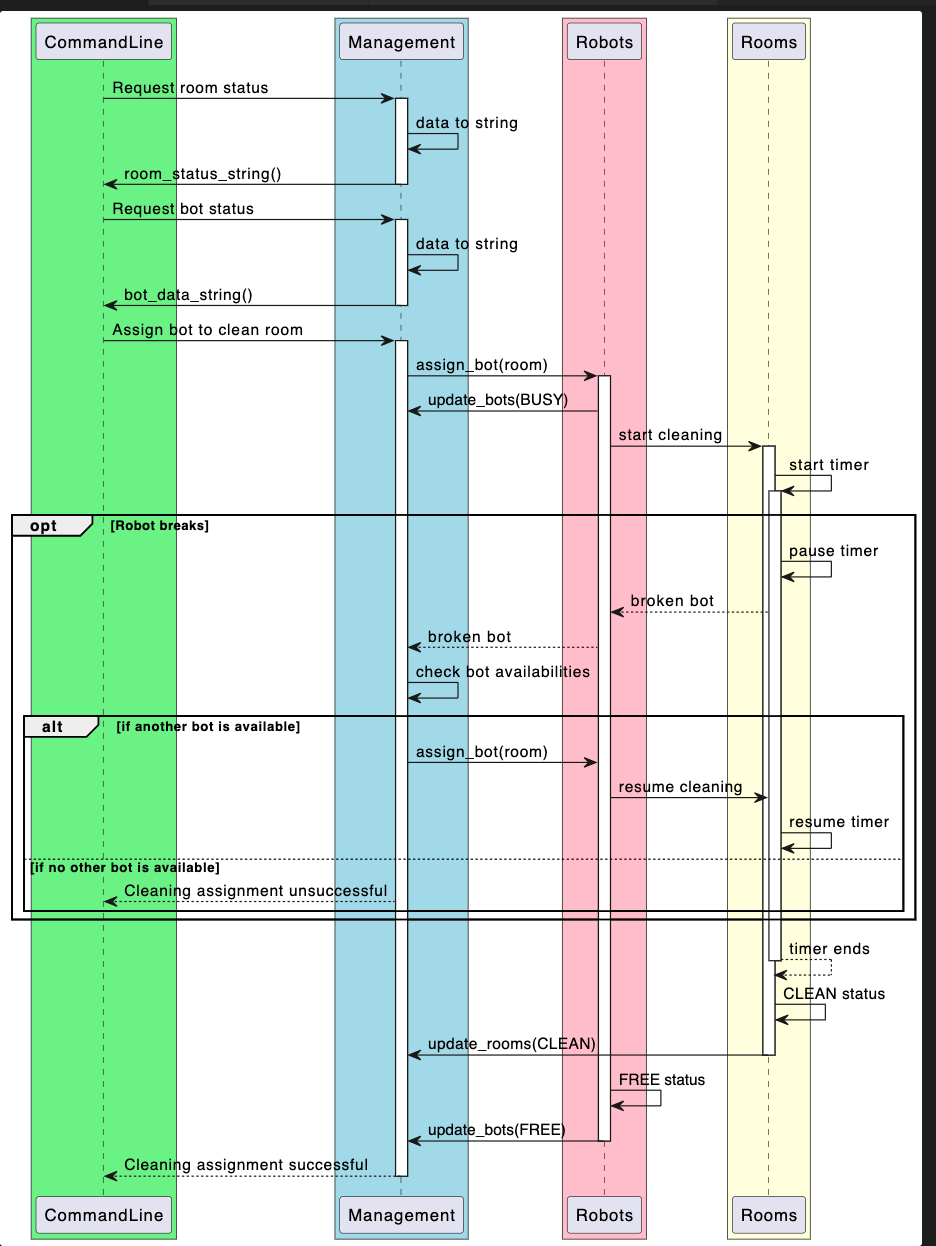
Earlier version of the PlantUML export docs/design/images/cleaning_sequence_diagram.png (ur-cs-courses/course-project-krykna). Its source is kept beside it as docs/design/sequence_diagrams/cleaning_sequence_diagram.puml. Source of this version:
```plantuml
@startuml
!define RECTANGLE class

box #LightGreen
  participant CommandLine as CLI
end box

box #LightBlue
  participant Management as M
end box

box #Pink
  participant Robots as Bot
end box

box #LightYellow
  participant Rooms as R
end box

CLI -> M : Request room status
activate M
M->M: data to string
M -> CLI : room_status_string()
deactivate M

CLI -> M : Request bot status
activate M
M->M: data to string
M -> CLI : bot_data_string()
deactivate M

CLI -> M : Assign bot to clean room
activate M
M -> Bot : assign_bot(room)
activate Bot
Bot -> M : update_bots(BUSY)
Bot -> R : start cleaning
activate R
R -> R: start timer
activate R

opt Robot breaks
  R -> R: pause timer
  R --> Bot: broken bot
  Bot --> M : broken bot
  M -> M: check bot availabilities
  alt if another bot is available
    M -> Bot : assign_bot(room)
    Bot -> R : resume cleaning
    R -> R: resume timer
  else if no other bot is available
    M --> CLI : Cleaning assignment unsuccessful
  end
end
R --> R: timer ends
deactivate R
R -> R: CLEAN status
R -> M: update_rooms(CLEAN)
deactivate R
Bot -> Bot: FREE status
Bot -> M: update_bots(FREE)
deactivate Bot
M --> CLI : Cleaning assignment successful
deactivate M
@enduml
```
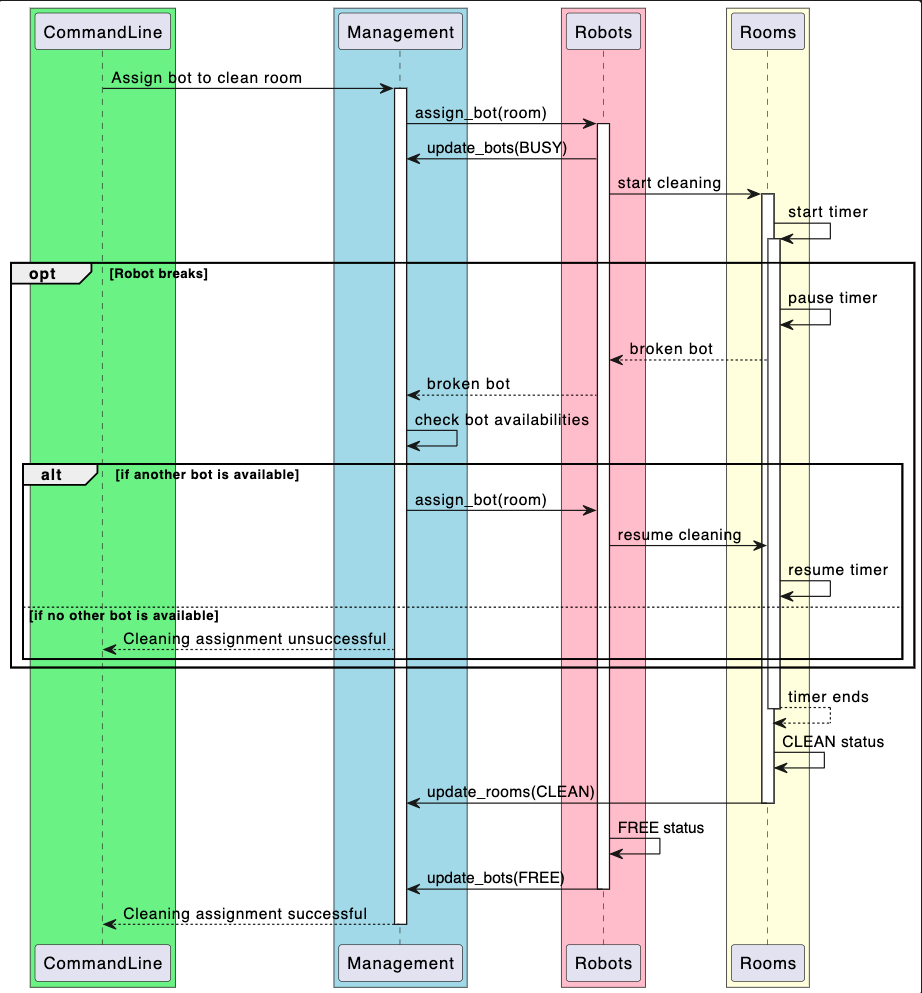
The same file after the commit.

Commit message:
new sequence diagrams and edits to old one

The edit, as a diff of the source:
```diff
@@ -16,18 +16,6 @@
 box #LightYellow
   participant Rooms as R
 end box
-
-CLI -> M : Request room status
-activate M
-M->M: data to string
-M -> CLI : room_status_string()
-deactivate M
-
-CLI -> M : Request bot status
-activate M
-M->M: data to string
-M -> CLI : bot_data_string()
-deactivate M
 
 CLI -> M : Assign bot to clean room
 activate M
```
